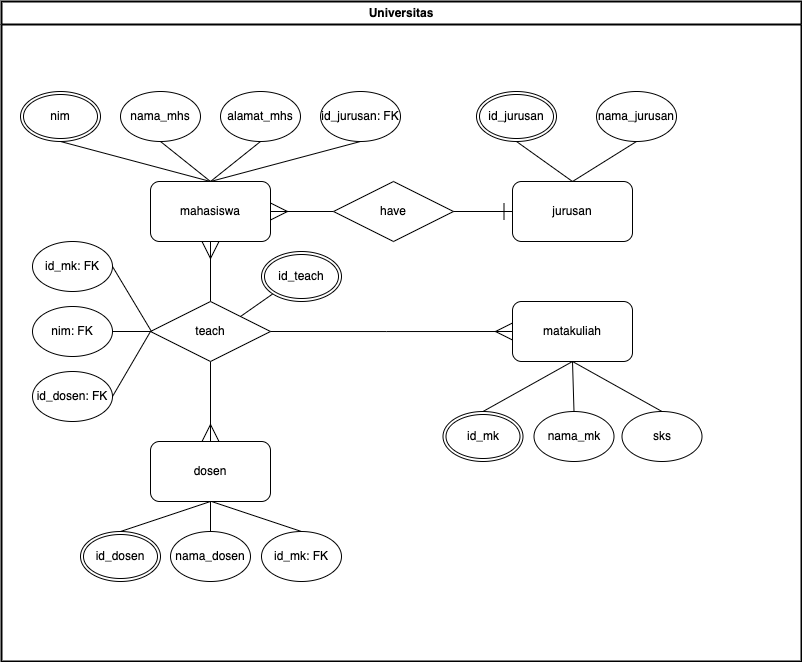
Above: challenge14/university.png in gilangprasetya/Rubicamp (draw.io), before the change. Source tidied: cells renumbered, new cells last; positions are measured from the earlier drawing's top-left corner, leaving out a move shared by most shapes.
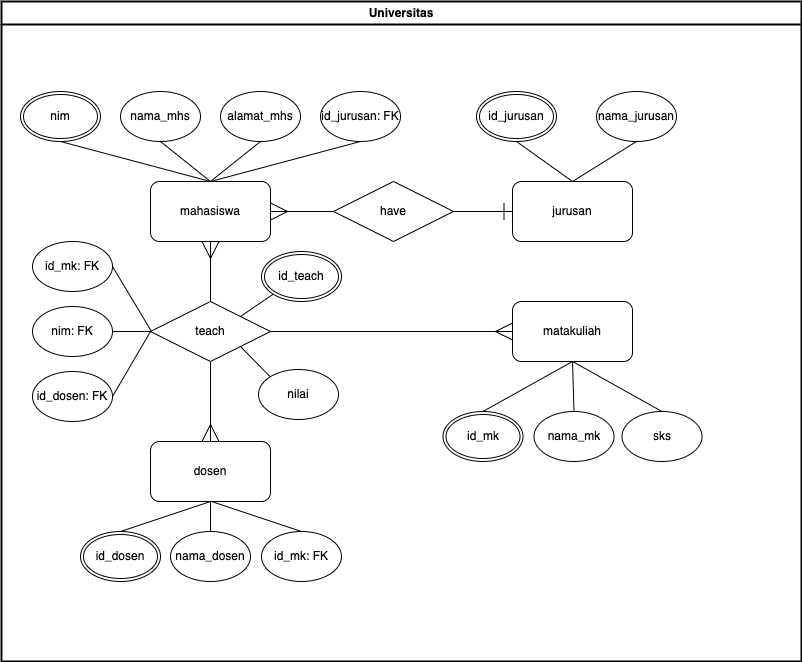
After the change.

The edit, as a diff of the source:
```diff
@@ -131,6 +131,9 @@
     <mxCell id="41" value="id_teach" style="ellipse;shape=doubleEllipse;margin=3;whiteSpace=wrap;html=1;align=center;" parent="31" vertex="1">
       <mxGeometry x="260" y="250" width="80" height="50" as="geometry" />
     </mxCell>
+    <mxCell id="47" value="nilai" style="ellipse;whiteSpace=wrap;html=1;" parent="31" vertex="1">
+      <mxGeometry x="257" y="368" width="80" height="50" as="geometry" />
+    </mxCell>
     <mxCell id="42" style="rounded=0;jettySize=auto;html=1;endArrow=none;endFill=0;exitX=0;exitY=0.5;exitDx=0;exitDy=0;entryX=1;entryY=0.5;entryDx=0;entryDy=0;" parent="2" edge="1" source="23" target="36">
       <mxGeometry relative="1" as="geometry" />
     </mxCell>
@@ -147,6 +150,9 @@
     <mxCell id="45" style="rounded=0;jettySize=auto;html=1;endArrow=none;endFill=0;exitX=0.5;exitY=1;exitDx=0;exitDy=0;entryX=0.5;entryY=0;entryDx=0;entryDy=0;" parent="2" edge="1" source="11" target="33">
       <mxGeometry relative="1" as="geometry" />
     </mxCell>
+    <mxCell id="48" style="rounded=0;jettySize=auto;html=1;exitX=0;exitY=0;exitDx=0;exitDy=0;entryX=1;entryY=1;entryDx=0;entryDy=0;endArrow=none;endFill=0;" parent="2" edge="1" source="47" target="23">
+      <mxGeometry relative="1" as="geometry" />
+    </mxCell>
     <mxCell id="46" style="endArrow=none;html=1;rounded=0;entryX=0.5;entryY=0;entryDx=0;entryDy=0;" parent="1" edge="1" target="40">
       <mxGeometry relative="1" as="geometry">
         <mxPoint x="210" y="500" as="sourcePoint" />
```
